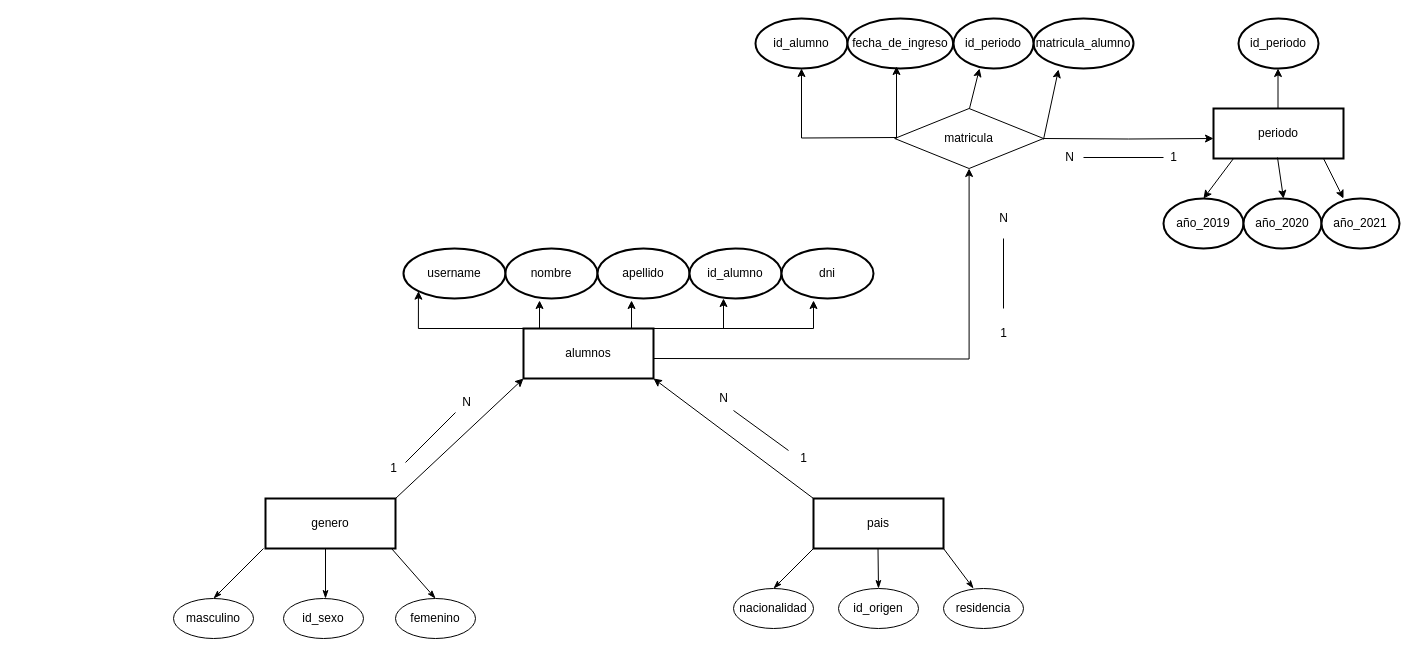
This is Diagrama sin título.drawio from arcv1337/arcv1337, a draw.io file, before an edit. Source tidied: cells renumbered, new cells numbered last; positions are measured from the earlier drawing's top-left corner, leaving out a move shared by most shapes. Both pictures are drawn from the tidied source at 100%, with x=0, y=0 at pixel (173, 18).
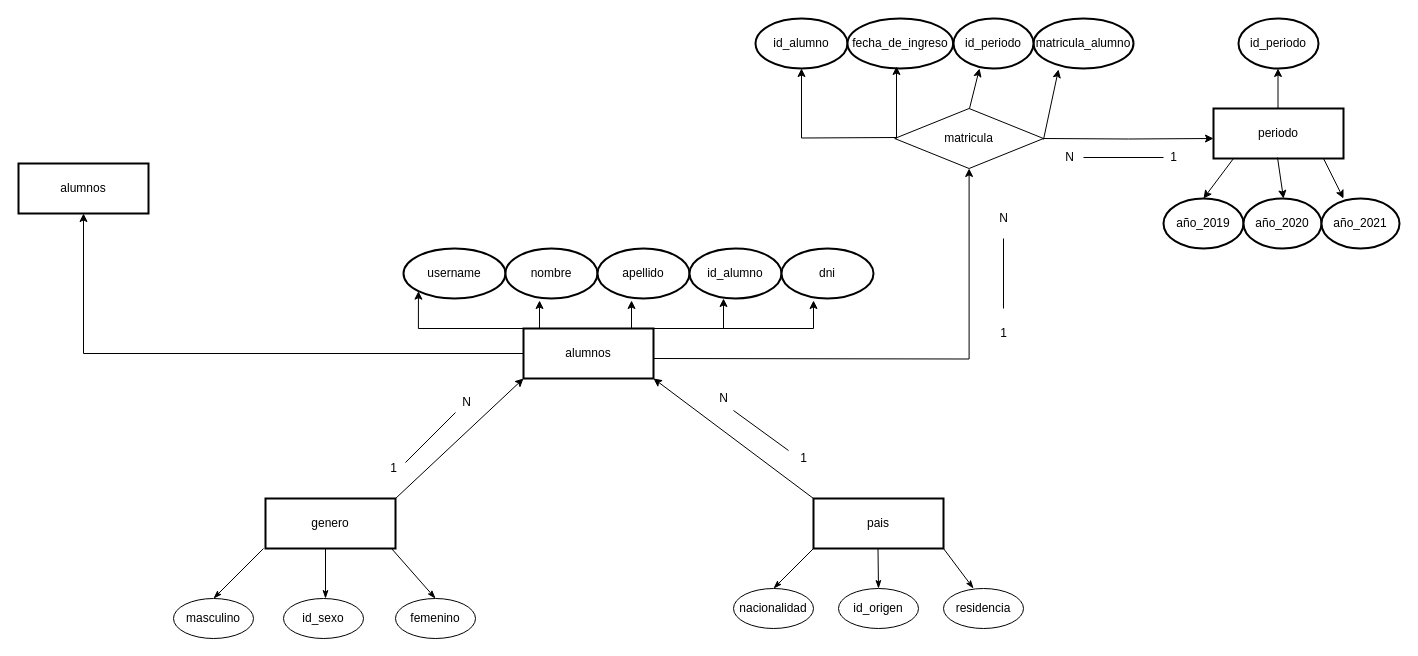
Above is the later version.

The change refers to these unchanged cells:
```xml
<mxCell id="10" value="alumnos" style="rounded=0;whiteSpace=wrap;html=1;strokeWidth=2;" parent="1" vertex="1">
  <mxGeometry x="350" y="310" width="130" height="50" as="geometry" />
</mxCell>
```

Change to the diagram source:
```diff
@@
+    <mxCell id="61" style="edgeStyle=orthogonalEdgeStyle;rounded=0;jettySize=auto;html=1;" parent="1" edge="1" source="10" target="62">
+      <mxGeometry relative="1" as="geometry" />
+    </mxCell>
@@
+    <mxCell id="62" value="alumnos" style="rounded=0;whiteSpace=wrap;html=1;strokeWidth=2;" parent="1" vertex="1">
+      <mxGeometry x="-155" y="145" width="130" height="50" as="geometry" />
+    </mxCell>
```
